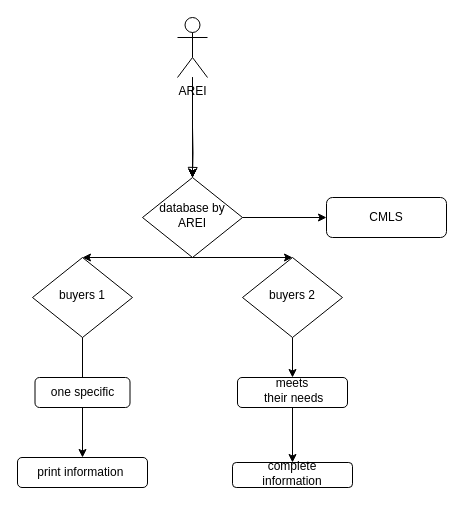
Above: Диаграмма без названия.drawio in ertaevaaiym1/product-item (draw.io), before the change. Source tidied: cells renumbered, new cells numbered last; positions are measured from the earlier drawing's top-left corner, leaving out a move shared by most shapes. Both pictures are drawn from the tidied source at 100%, with x=0, y=0 at pixel (17, 17).
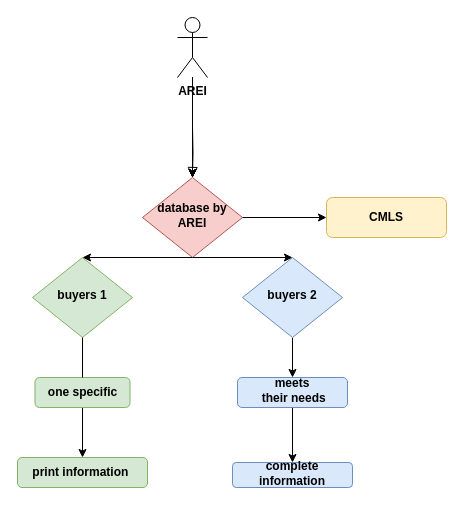
The same diagram, later.

Change to the diagram source:
```diff
@@
-    <mxCell id="2" style="rounded=0;html=1;jettySize=auto;fontSize=11;endArrow=block;endFill=0;endSize=8;strokeWidth=1;shadow=0;labelBackgroundColor=none;edgeStyle=orthogonalEdgeStyle;" parent="1" edge="1" target="3">
+    <mxCell id="2" style="rounded=0;html=1;jettySize=auto;fontSize=11;endArrow=block;endFill=0;endSize=8;strokeWidth=1;shadow=0;labelBackgroundColor=none;edgeStyle=orthogonalEdgeStyle;fontStyle=1;fontFamily=Helvetica;" parent="1" edge="1" target="3">
       <mxGeometry relative="1" as="geometry">
         <mxPoint x="175" y="110" as="sourcePoint" />
       </mxGeometry>
     </mxCell>
-    <mxCell id="3" value="database by AREI" style="rhombus;whiteSpace=wrap;html=1;shadow=0;fontFamily=Helvetica;fontSize=12;align=center;strokeWidth=1;spacing=6;spacingTop=-4;" parent="1" vertex="1">
+    <mxCell id="3" value="database by AREI" style="rhombus;whiteSpace=wrap;html=1;shadow=0;fontFamily=Helvetica;fontSize=12;align=center;strokeWidth=1;spacing=6;spacingTop=-4;fillColor=#f8cecc;strokeColor=#b85450;fontStyle=1;" parent="1" vertex="1">
       <mxGeometry x="125" y="160" width="100" height="80" as="geometry" />
     </mxCell>
-    <mxCell id="4" value="CMLS" style="rounded=1;whiteSpace=wrap;html=1;fontSize=12;glass=0;strokeWidth=1;shadow=0;" parent="1" vertex="1">
+    <mxCell id="4" value="CMLS" style="rounded=1;whiteSpace=wrap;html=1;fontSize=12;glass=0;strokeWidth=1;shadow=0;fillColor=#fff2cc;strokeColor=#d6b656;fontStyle=1;fontFamily=Helvetica;" parent="1" vertex="1">
       <mxGeometry x="309" y="180" width="120" height="40" as="geometry" />
     </mxCell>
-    <mxCell id="5" value="buyers 1" style="rhombus;whiteSpace=wrap;html=1;shadow=0;fontFamily=Helvetica;fontSize=12;align=center;strokeWidth=1;spacing=6;spacingTop=-4;" parent="1" vertex="1">
+    <mxCell id="5" value="buyers 1" style="rhombus;whiteSpace=wrap;html=1;shadow=0;fontFamily=Helvetica;fontSize=12;align=center;strokeWidth=1;spacing=6;spacingTop=-4;fillColor=#d5e8d4;strokeColor=#82b366;fontStyle=1;" parent="1" vertex="1">
       <mxGeometry x="15" y="240" width="100" height="80" as="geometry" />
     </mxCell>
-    <mxCell id="6" style="endArrow=classic;html=1;rounded=0;exitX=1;exitY=0.5;exitDx=0;exitDy=0;entryX=0;entryY=0.5;entryDx=0;entryDy=0;" parent="1" edge="1" source="3" target="4">
+    <mxCell id="6" style="endArrow=classic;html=1;rounded=0;exitX=1;exitY=0.5;exitDx=0;exitDy=0;entryX=0;entryY=0.5;entryDx=0;entryDy=0;fontStyle=1;fontFamily=Helvetica;" parent="1" edge="1" source="3" target="4">
       <mxGeometry relative="1" as="geometry" />
     </mxCell>
-    <mxCell id="7" style="edgeStyle=orthogonalEdgeStyle;rounded=0;jettySize=auto;html=1;" parent="1" edge="1" source="8" target="21">
+    <mxCell id="7" style="edgeStyle=orthogonalEdgeStyle;rounded=0;jettySize=auto;html=1;fontStyle=1;fontFamily=Helvetica;" parent="1" edge="1" source="8" target="21">
       <mxGeometry relative="1" as="geometry" />
     </mxCell>
-    <mxCell id="8" value="buyers 2" style="rhombus;whiteSpace=wrap;html=1;shadow=0;fontFamily=Helvetica;fontSize=12;align=center;strokeWidth=1;spacing=6;spacingTop=-4;" parent="1" vertex="1">
+    <mxCell id="8" value="buyers 2" style="rhombus;whiteSpace=wrap;html=1;shadow=0;fontFamily=Helvetica;fontSize=12;align=center;strokeWidth=1;spacing=6;spacingTop=-4;fillColor=#dae8fc;strokeColor=#6c8ebf;fontStyle=1;" parent="1" vertex="1">
       <mxGeometry x="225" y="240" width="100" height="80" as="geometry" />
     </mxCell>
-    <mxCell id="9" style="edgeStyle=orthogonalEdgeStyle;rounded=0;jettySize=auto;html=1;" parent="1" edge="1" source="13" target="3">
+    <mxCell id="9" style="edgeStyle=orthogonalEdgeStyle;rounded=0;jettySize=auto;html=1;fontStyle=1;fontFamily=Helvetica;" parent="1" edge="1" source="13" target="3">
       <mxGeometry relative="1" as="geometry" />
     </mxCell>
-    <mxCell id="10" style="edgeStyle=orthogonalEdgeStyle;rounded=0;jettySize=auto;html=1;" parent="1" edge="1" source="13" target="3">
+    <mxCell id="10" style="edgeStyle=orthogonalEdgeStyle;rounded=0;jettySize=auto;html=1;fontStyle=1;fontFamily=Helvetica;" parent="1" edge="1" source="13" target="3">
       <mxGeometry relative="1" as="geometry" />
     </mxCell>
-    <mxCell id="11" style="edgeStyle=orthogonalEdgeStyle;rounded=0;jettySize=auto;html=1;" parent="1" edge="1" source="13" target="3">
+    <mxCell id="11" style="edgeStyle=orthogonalEdgeStyle;rounded=0;jettySize=auto;html=1;fontStyle=1;fontFamily=Helvetica;" parent="1" edge="1" source="13" target="3">
       <mxGeometry relative="1" as="geometry" />
     </mxCell>
-    <mxCell id="12" style="edgeStyle=orthogonalEdgeStyle;rounded=0;jettySize=auto;html=1;" parent="1" edge="1" source="13" target="3">
+    <mxCell id="12" style="edgeStyle=orthogonalEdgeStyle;rounded=0;jettySize=auto;html=1;fontStyle=1;fontFamily=Helvetica;" parent="1" edge="1" source="13" target="3">
       <mxGeometry relative="1" as="geometry" />
     </mxCell>
-    <mxCell id="13" value="AREI&lt;br&gt;" style="shape=umlActor;verticalLabelPosition=bottom;verticalAlign=top;html=1;outlineConnect=0;" parent="1" vertex="1">
+    <mxCell id="13" value="AREI&lt;br&gt;" style="shape=umlActor;verticalLabelPosition=bottom;verticalAlign=top;html=1;outlineConnect=0;fontStyle=1;fontFamily=Helvetica;" parent="1" vertex="1">
       <mxGeometry x="160" width="30" height="60" as="geometry" />
     </mxCell>
-    <mxCell id="14" style="endArrow=classic;html=1;rounded=0;entryX=0.5;entryY=0;entryDx=0;entryDy=0;" parent="1" edge="1" target="5">
+    <mxCell id="14" style="endArrow=classic;html=1;rounded=0;entryX=0.5;entryY=0;entryDx=0;entryDy=0;fontStyle=1;fontFamily=Helvetica;" parent="1" edge="1" target="5">
       <mxGeometry relative="1" as="geometry">
         <mxPoint x="175" y="240" as="sourcePoint" />
       </mxGeometry>
     </mxCell>
-    <mxCell id="15" style="endArrow=classic;html=1;rounded=0;exitX=0.5;exitY=1;exitDx=0;exitDy=0;entryX=0.5;entryY=0;entryDx=0;entryDy=0;" parent="1" edge="1" source="3" target="8">
+    <mxCell id="15" style="endArrow=classic;html=1;rounded=0;exitX=0.5;exitY=1;exitDx=0;exitDy=0;entryX=0.5;entryY=0;entryDx=0;entryDy=0;fontStyle=1;fontFamily=Helvetica;" parent="1" edge="1" source="3" target="8">
       <mxGeometry relative="1" as="geometry" />
     </mxCell>
-    <mxCell id="16" style="edgeStyle=orthogonalEdgeStyle;rounded=0;jettySize=auto;html=1;" parent="1" edge="1" source="17" target="19">
+    <mxCell id="16" style="edgeStyle=orthogonalEdgeStyle;rounded=0;jettySize=auto;html=1;fontStyle=1;fontFamily=Helvetica;" parent="1" edge="1" source="17" target="19">
       <mxGeometry relative="1" as="geometry" />
     </mxCell>
-    <mxCell id="17" value="one specific" style="rounded=1;whiteSpace=wrap;html=1;" parent="1" vertex="1">
+    <mxCell id="17" value="one specific" style="rounded=1;whiteSpace=wrap;html=1;fillColor=#d5e8d4;strokeColor=#82b366;fontStyle=1;fontFamily=Helvetica;" parent="1" vertex="1">
       <mxGeometry x="17.5" y="360" width="95" height="30" as="geometry" />
     </mxCell>
-    <mxCell id="18" style="endArrow=none;html=1;rounded=0;entryX=0.5;entryY=1;entryDx=0;entryDy=0;exitX=0.5;exitY=0;exitDx=0;exitDy=0;" parent="1" edge="1" source="17" target="5">
+    <mxCell id="18" style="endArrow=none;html=1;rounded=0;entryX=0.5;entryY=1;entryDx=0;entryDy=0;exitX=0.5;exitY=0;exitDx=0;exitDy=0;fontStyle=1;fontFamily=Helvetica;" parent="1" edge="1" source="17" target="5">
       <mxGeometry relative="1" as="geometry" />
     </mxCell>
-    <mxCell id="19" value="print information&amp;nbsp;" style="whiteSpace=wrap;html=1;rounded=1;" parent="1" vertex="1">
+    <mxCell id="19" value="print information&amp;nbsp;" style="whiteSpace=wrap;html=1;rounded=1;fillColor=#d5e8d4;strokeColor=#82b366;fontStyle=1;fontFamily=Helvetica;" parent="1" vertex="1">
       <mxGeometry y="440" width="130" height="30" as="geometry" />
     </mxCell>
-    <mxCell id="20" style="edgeStyle=orthogonalEdgeStyle;rounded=0;jettySize=auto;html=1;" parent="1" edge="1" source="21" target="22">
+    <mxCell id="20" style="edgeStyle=orthogonalEdgeStyle;rounded=0;jettySize=auto;html=1;fontStyle=1;fontFamily=Helvetica;" parent="1" edge="1" source="21" target="22">
       <mxGeometry relative="1" as="geometry" />
     </mxCell>
-    <mxCell id="21" value="meets&lt;br&gt;&amp;nbsp;their needs" style="rounded=1;whiteSpace=wrap;html=1;shadow=0;strokeWidth=1;spacing=6;spacingTop=-4;" parent="1" vertex="1">
+    <mxCell id="21" value="meets&lt;br&gt;&amp;nbsp;their needs" style="rounded=1;whiteSpace=wrap;html=1;shadow=0;strokeWidth=1;spacing=6;spacingTop=-4;fillColor=#dae8fc;strokeColor=#6c8ebf;fontStyle=1;fontFamily=Helvetica;" parent="1" vertex="1">
       <mxGeometry x="220" y="360" width="110" height="30" as="geometry" />
     </mxCell>
-    <mxCell id="22" value="complete information" style="rounded=1;whiteSpace=wrap;html=1;shadow=0;strokeWidth=1;spacing=6;spacingTop=-4;" parent="1" vertex="1">
+    <mxCell id="22" value="complete information" style="rounded=1;whiteSpace=wrap;html=1;shadow=0;strokeWidth=1;spacing=6;spacingTop=-4;fillColor=#dae8fc;strokeColor=#6c8ebf;fontStyle=1;fontFamily=Helvetica;" parent="1" vertex="1">
       <mxGeometry x="215" y="445" width="120" height="25" as="geometry" />
     </mxCell>
```
